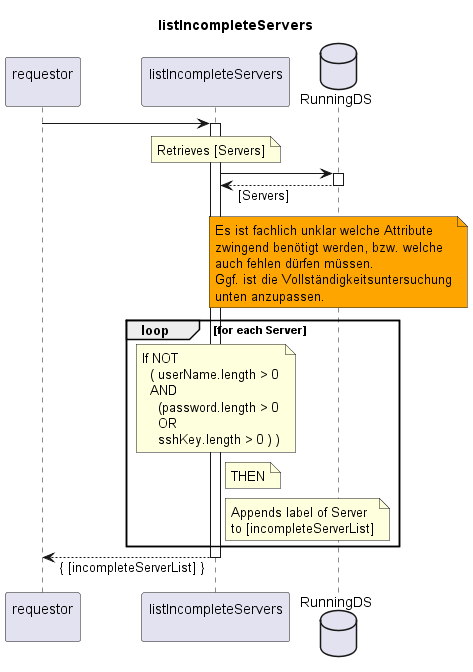
The PlantUML diagram spec/Services/listIncompleteServers/1.0.0/listIncompleteServers.png in openBackhaul/FirmWareManager, before a commit.
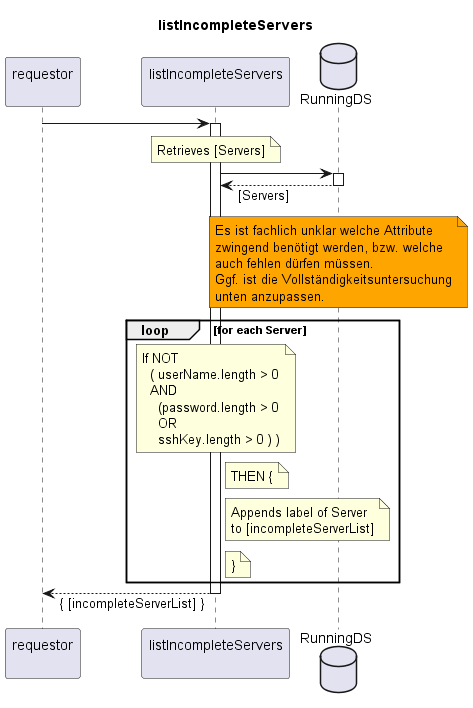
Later version of the same file.

The edit, as a diff of the source:
```diff
@@ -38,11 +38,14 @@
           sshKey.length > 0 ) )
     end note
     note right indServ
-      THEN
+      THEN {
     end note
     note right indServ
       Appends label of Server
       to [incompleteServerList]
+    end note
+    note right indServ
+      }
     end note
   end loop
 
```
